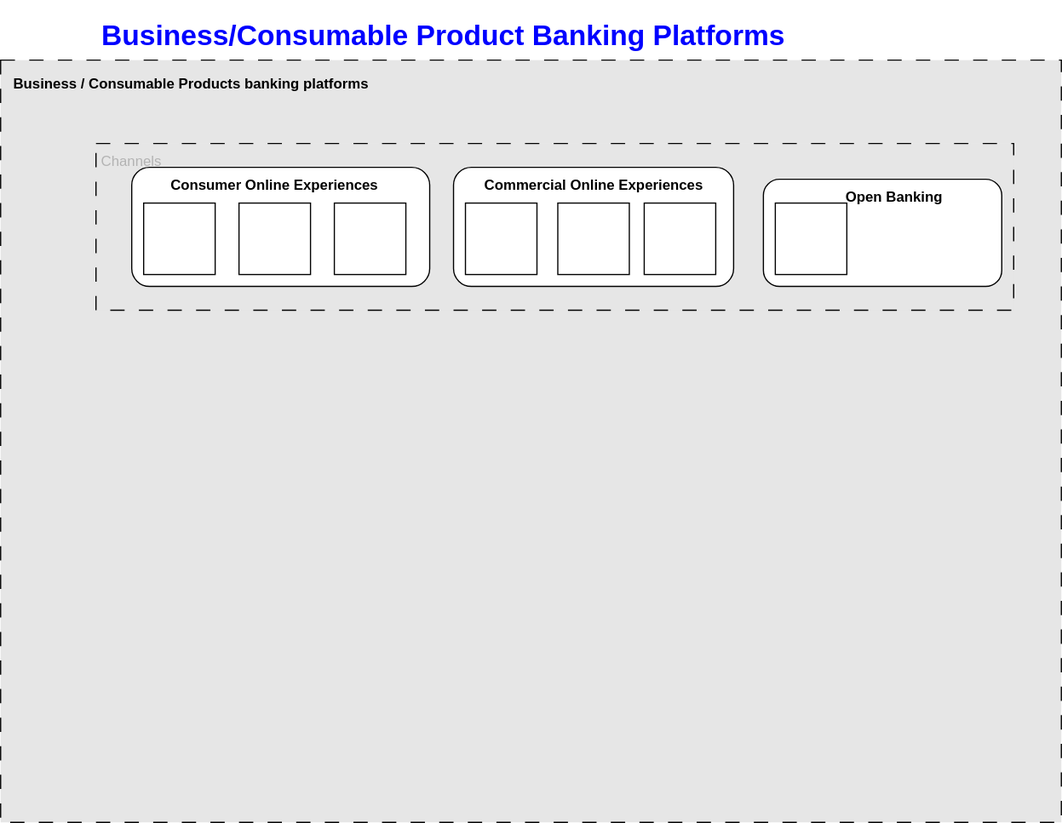
uchiharizvi/design-diagrams keeps this draw.io diagram as Work Samples/WF/WF_BPPA.drawio.svg. Above is the earlier version. Source tidied: cells renumbered, new cells last; positions are measured from the earlier drawing's top-left corner, leaving out a move shared by most shapes.
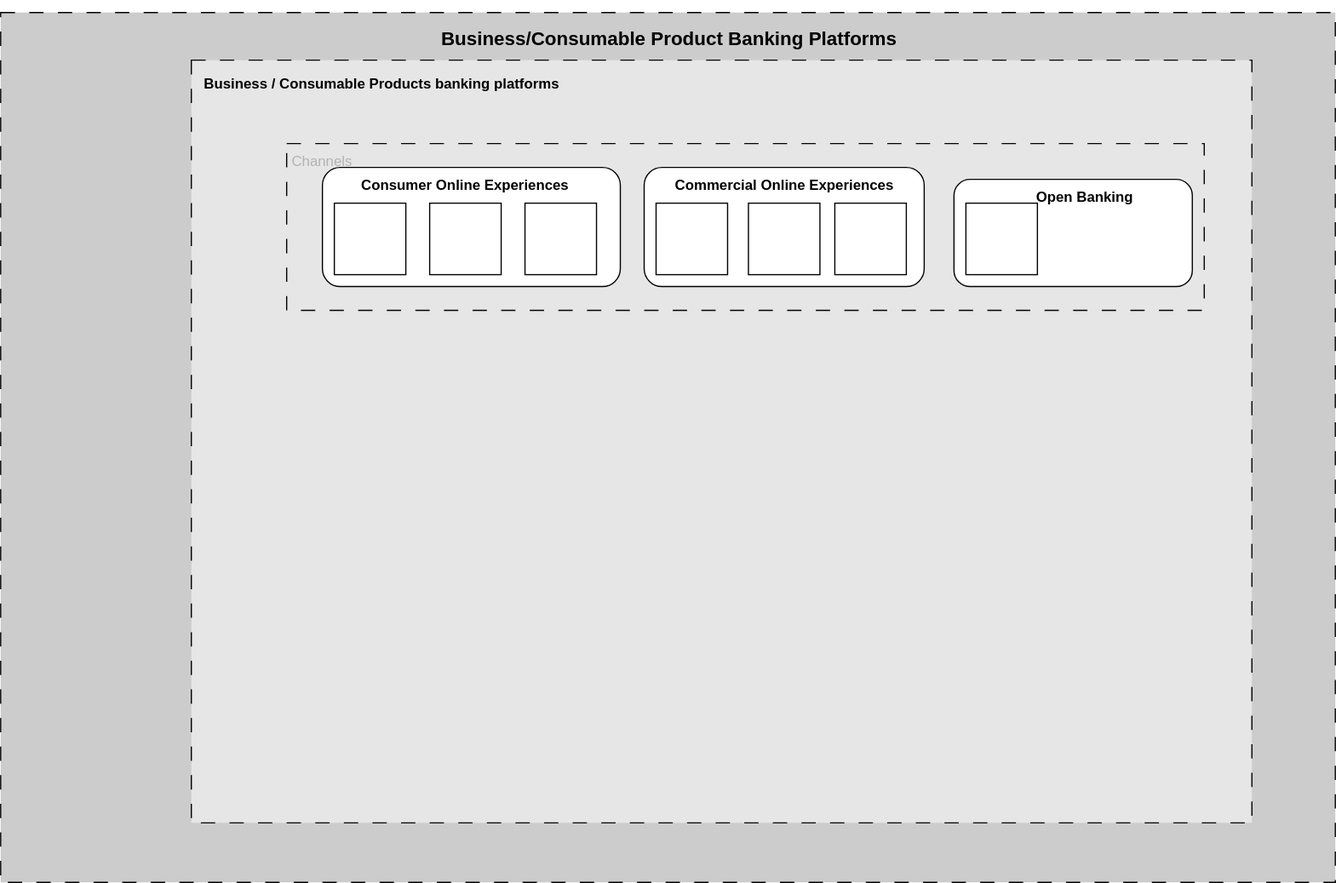
After the change.

Change to the diagram source:
```diff
@@ -2,14 +2,17 @@
   <root>
     <mxCell id="0" />
     <mxCell id="1" parent="0" />
+    <mxCell id="20" style="rounded=0;whiteSpace=wrap;html=1;dashed=1;dashPattern=12 12;fillColor=#CCCCCC;" parent="1" vertex="1">
+      <mxGeometry x="-160" width="1120" height="730" as="geometry" />
+    </mxCell>
     <mxCell id="2" style="rounded=0;whiteSpace=wrap;html=1;dashed=1;dashPattern=12 12;fillColor=#E6E6E6;" parent="1" vertex="1">
       <mxGeometry y="40" width="890" height="640" as="geometry" />
     </mxCell>
     <mxCell id="3" style="rounded=0;whiteSpace=wrap;html=1;dashed=1;dashPattern=12 12;strokeColor=#000000;fillColor=#E6E6E6;" parent="1" vertex="1">
       <mxGeometry x="80" y="110" width="770" height="140" as="geometry" />
     </mxCell>
-    <mxCell id="4" value="&lt;h1&gt;&lt;font color=&quot;#0000ff&quot;&gt;Business/Consumable Product Banking Platforms&lt;/font&gt;&lt;/h1&gt;" style="text;html=1;spacing=5;spacingTop=-20;whiteSpace=wrap;overflow=hidden;rounded=0;" parent="1" vertex="1">
-      <mxGeometry x="80" width="630" height="120" as="geometry" />
+    <mxCell id="4" value="&lt;h1&gt;&lt;font style=&quot;font-size: 16px;&quot;&gt;Business/Consumable Product Banking Platforms&lt;/font&gt;&lt;/h1&gt;" style="text;html=1;spacing=5;spacingTop=-20;whiteSpace=wrap;overflow=hidden;rounded=0;" parent="1" vertex="1">
+      <mxGeometry x="205" width="410" height="40" as="geometry" />
     </mxCell>
     <mxCell id="5" style="rounded=1;whiteSpace=wrap;html=1;" parent="1" vertex="1">
       <mxGeometry x="110" y="130" width="250" height="100" as="geometry" />
```
